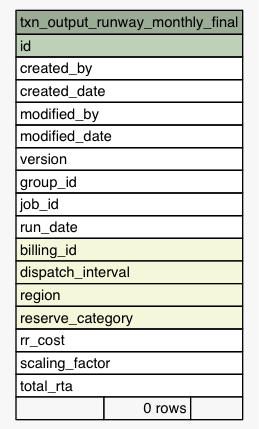
eyana-m/python-data-dictionary-writer keeps this Graphviz diagram as Data/settlement/diagrams/summary/txn_output_runway_monthly_final.1degree.png. Above is the earlier version. Its source is kept beside it as Data/settlement/diagrams/summary/txn_output_runway_monthly_final.1degree.dot.
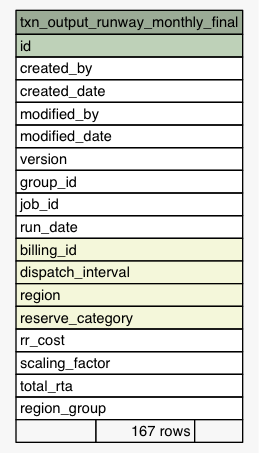
Later version of the same file.

The edit, as a diff of the source:
```diff
@@ -35,7 +35,8 @@
       <TR><TD PORT="rr_cost" COLSPAN="3" ALIGN="LEFT">rr_cost</TD></TR>
       <TR><TD PORT="scaling_factor" COLSPAN="3" ALIGN="LEFT">scaling_factor</TD></TR>
       <TR><TD PORT="total_rta" COLSPAN="3" ALIGN="LEFT">total_rta</TD></TR>
-      <TR><TD ALIGN="LEFT" BGCOLOR="#f7f7f7">  </TD><TD ALIGN="RIGHT" BGCOLOR="#f7f7f7">0 rows</TD><TD ALIGN="RIGHT" BGCOLOR="#f7f7f7">  </TD></TR>
+      <TR><TD PORT="region_group" COLSPAN="3" ALIGN="LEFT">region_group</TD></TR>
+      <TR><TD ALIGN="LEFT" BGCOLOR="#f7f7f7">  </TD><TD ALIGN="RIGHT" BGCOLOR="#f7f7f7">167 rows</TD><TD ALIGN="RIGHT" BGCOLOR="#f7f7f7">  </TD></TR>
     </TABLE>>
     URL="tables/txn_output_runway_monthly_final.html"
     tooltip="txn_output_runway_monthly_final"
```
